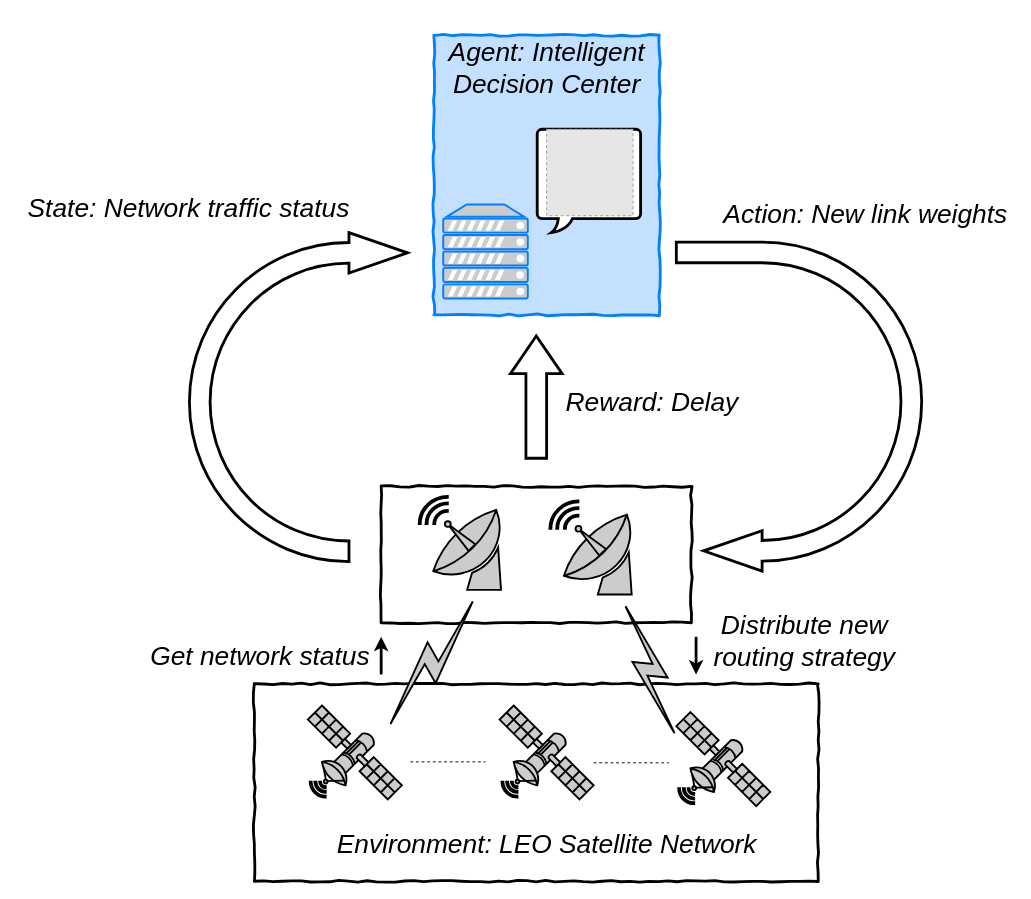
Above: page "算法1RL" (10 of 16) of drawio.drawio in peachhhhh/satellite (draw.io), before the change. Source tidied: cells renumbered, new cells numbered last; positions are measured from the earlier drawing's top-left corner, leaving out a move shared by most shapes. Both pictures are drawn from the tidied source at 94%, with x=0, y=0 at pixel (24, 35). Pictures stored in the file or linked from it are replaced by grey dashed boxes.
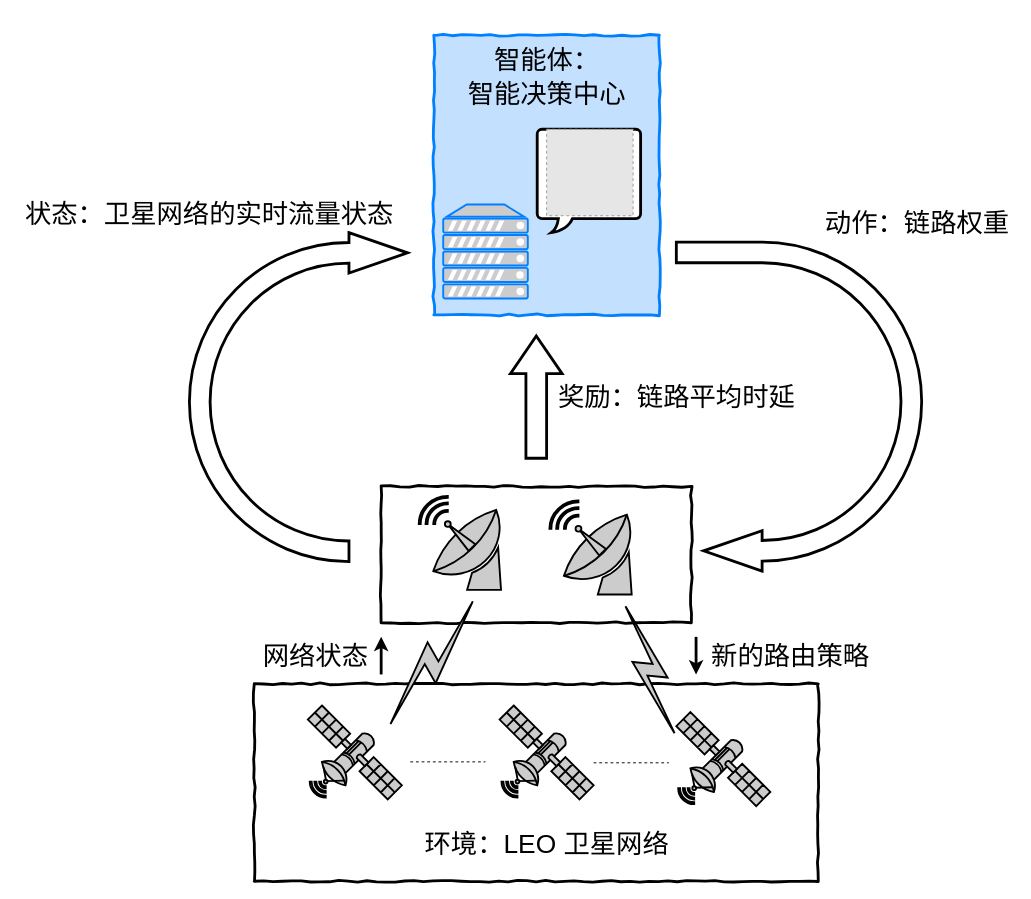
The same diagram, later.

Diff of the diagram source:
```diff
@@
-    <mxCell id="9" value="Environment: LEO Satellite Network" style="text;html=1;align=center;verticalAlign=middle;fontSize=28;fontColor=#000000;fontStyle=2;" parent="1" vertex="1">
-      <mxGeometry x="326" y="840" width="460" height="40" as="geometry" />
+    <mxCell id="9" value="环境：LEO 卫星网络" style="text;html=1;align=center;verticalAlign=middle;fontSize=28;fontColor=#000000;fontStyle=0;" parent="1" vertex="1">
+      <mxGeometry x="416" y="840" width="280" height="40" as="geometry" />
     </mxCell>
@@
-    <mxCell id="18" value="&lt;div&gt;State: Network traffic status&lt;/div&gt;" style="text;html=1;align=center;verticalAlign=middle;fontSize=28;fontColor=#000000;fontStyle=2;" parent="1" vertex="1">
-      <mxGeometry y="163.8" width="350" height="40" as="geometry" />
+    <mxCell id="18" value="&lt;div&gt;状态：卫星网络的实时流量状态&lt;/div&gt;" style="text;html=1;align=center;verticalAlign=middle;fontSize=28;fontColor=#000000;fontStyle=0;" parent="1" vertex="1">
+      <mxGeometry x="-8" y="170" width="410" height="40" as="geometry" />
     </mxCell>
@@
-    <mxCell id="22" value="Action: New link weights" style="text;html=1;align=center;verticalAlign=middle;fontSize=28;fontColor=#000000;fontStyle=2;" parent="1" vertex="1">
-      <mxGeometry x="735" y="170" width="320" height="40" as="geometry" />
+    <mxCell id="22" value="动作：链路权重" style="text;html=1;align=center;verticalAlign=middle;fontSize=28;fontColor=#000000;fontStyle=0;" parent="1" vertex="1">
+      <mxGeometry x="845" y="180" width="210" height="40" as="geometry" />
     </mxCell>
-    <mxCell id="23" value="Reward: Delay" style="text;html=1;align=center;verticalAlign=middle;fontSize=28;fontColor=#000000;fontStyle=2;" parent="1" vertex="1">
-      <mxGeometry x="567.5" y="370" width="200" height="40" as="geometry" />
+    <mxCell id="23" value="奖励：链路平均时延" style="text;html=1;align=center;verticalAlign=middle;fontSize=28;fontColor=#000000;fontStyle=0;" parent="1" vertex="1">
+      <mxGeometry x="559" y="365" width="270" height="40" as="geometry" />
     </mxCell>
-    <mxCell id="24" value="&lt;div&gt;Agent: Intelligent&lt;/div&gt;&lt;div&gt;Decision Center&lt;/div&gt;" style="text;html=1;align=center;verticalAlign=middle;fontSize=28;fontColor=#000000;fontStyle=2;" parent="1" vertex="1">
-      <mxGeometry x="446" width="220" height="70" as="geometry" />
+    <mxCell id="24" value="&lt;p style=&quot;line-height: 130%&quot;&gt;智能体：&lt;br&gt;智能决策中心&lt;/p&gt;" style="text;html=1;align=center;verticalAlign=middle;fontSize=28;fontColor=#000000;fontStyle=0;" parent="1" vertex="1">
+      <mxGeometry x="466" y="-20" width="180" height="130" as="geometry" />
     </mxCell>
@@
-    <mxCell id="26" value="&lt;div&gt;Distribute new&lt;/div&gt;&lt;div&gt;routing strategy&lt;/div&gt;" style="text;html=1;align=center;verticalAlign=middle;fontSize=28;fontColor=#000000;fontStyle=2;" parent="1" vertex="1">
-      <mxGeometry x="725" y="610" width="210" height="70" as="geometry" />
+    <mxCell id="26" value="&lt;div&gt;新的路由策略&lt;/div&gt;" style="text;html=1;align=center;verticalAlign=middle;fontSize=28;fontColor=#000000;fontStyle=0;" parent="1" vertex="1">
+      <mxGeometry x="725" y="640" width="180" height="40" as="geometry" />
     </mxCell>
@@
-    <mxCell id="28" value="Get network status" style="text;html=1;align=center;verticalAlign=middle;fontSize=28;fontColor=#000000;fontStyle=2;" parent="1" vertex="1">
-      <mxGeometry x="126" y="640" width="250" height="40" as="geometry" />
+    <mxCell id="28" value="网络状态" style="text;html=1;align=center;verticalAlign=middle;fontSize=28;fontColor=#000000;fontStyle=0;" parent="1" vertex="1">
+      <mxGeometry x="245" y="640" width="130" height="40" as="geometry" />
     </mxCell>
```
